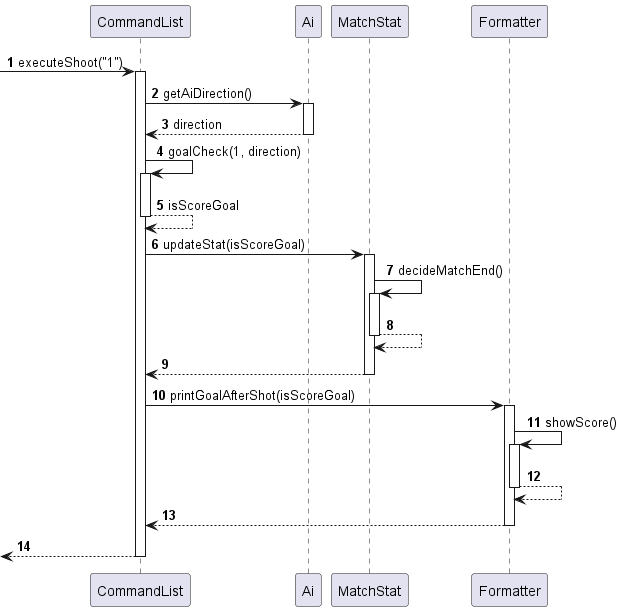
The PlantUML diagram docs/diagrams/MatchStatSequential.png in runxinghuan/tp, before a commit.
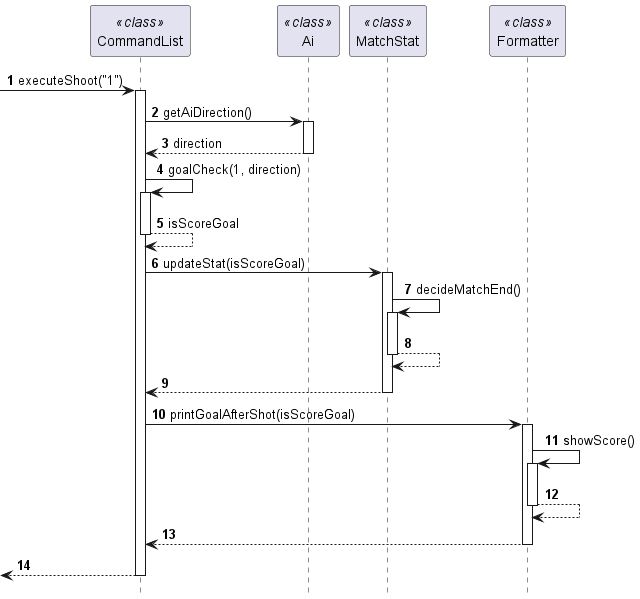
Above is the later version.

Change to the diagram source:
```diff
@@ -2,9 +2,12 @@
 
 autonumber
 
+!include Style.puml
+participant CommandList << class >>
  -> CommandList: executeShoot("1")
 activate CommandList
 
+participant Ai << class >>
 CommandList -> Ai: getAiDirection()
 activate Ai
 return direction
@@ -13,6 +16,7 @@
 activate CommandList
 return isScoreGoal
 
+participant MatchStat << class >>
 CommandList -> MatchStat: updateStat(isScoreGoal)
 activate MatchStat
 MatchStat -> MatchStat: decideMatchEnd()
@@ -21,6 +25,7 @@
 
 return
 
+participant Formatter << class >>
 CommandList -> Formatter: printGoalAfterShot(isScoreGoal)
 activate Formatter
 Formatter -> Formatter: showScore()
```
